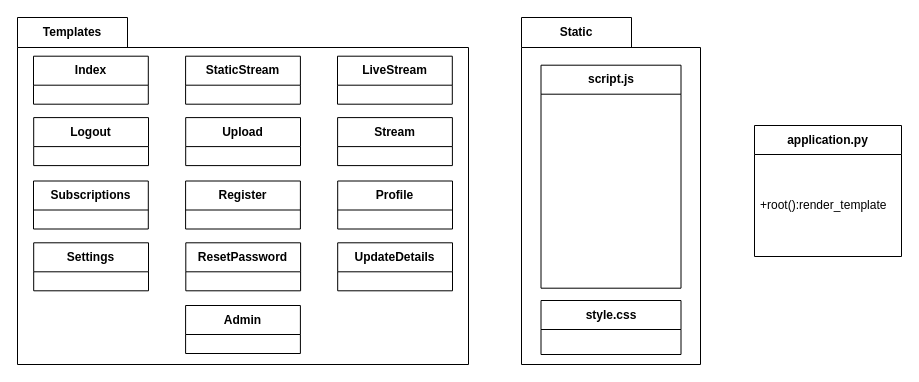
Earlier version of the draw.io diagram BoredCast_Class_Diagram.drawio (CorbinCoder/Diagrams). Source tidied: cells renumbered, new cells numbered last; positions are measured from the earlier drawing's top-left corner, leaving out a move shared by most shapes. Both pictures are drawn from the tidied source at 100%, with x=0, y=0 at pixel (17, 17).
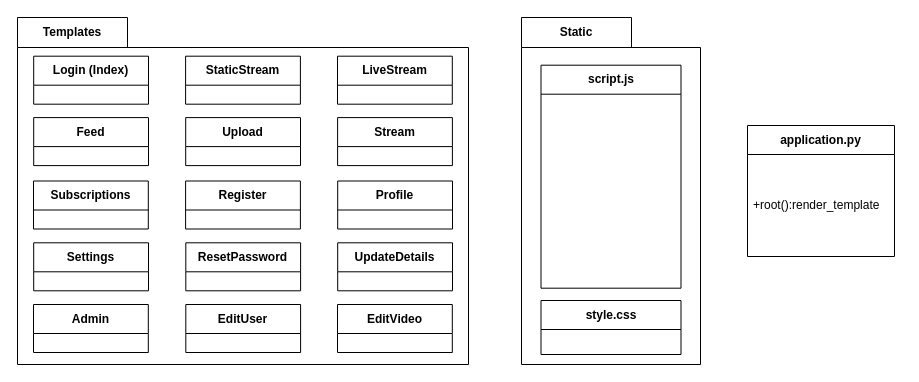
Above is the later version.

Unchanged cells that the change refers to:
```xml
<mxCell id="2" value="Templates" style="shape=folder;fontStyle=1;tabWidth=110;tabHeight=30;tabPosition=left;html=1;boundedLbl=1;labelInHeader=1;whiteSpace=wrap;" parent="1" vertex="1">
  <mxGeometry width="451" height="347" as="geometry" />
</mxCell>
```

What changed in the source:
```diff
@@
-    <mxCell id="4" value="Index" style="swimlane;fontStyle=1;align=center;verticalAlign=middle;horizontal=1;startSize=29;html=1;whiteSpace=wrap;" parent="2" vertex="1">
-      <mxGeometry x="16" y="38.7" width="114.8" height="48" as="geometry" />
-    </mxCell>
@@
-    <mxCell id="11" value="Logout" style="swimlane;fontStyle=1;align=center;verticalAlign=middle;horizontal=1;startSize=29;html=1;whiteSpace=wrap;" parent="2" vertex="1">
-      <mxGeometry x="16.2" y="100.1" width="114.8" height="48" as="geometry" />
+    <mxCell id="11" value="Login (Index)" style="swimlane;fontStyle=1;align=center;verticalAlign=middle;horizontal=1;startSize=29;html=1;whiteSpace=wrap;" parent="2" vertex="1">
+      <mxGeometry x="16.2" y="38.7" width="114.8" height="48" as="geometry" />
     </mxCell>
@@
     <mxCell id="16" value="Admin" style="swimlane;fontStyle=1;align=center;verticalAlign=middle;horizontal=1;startSize=29;html=1;whiteSpace=wrap;" parent="2" vertex="1">
-      <mxGeometry x="168.1" y="288" width="114.8" height="48" as="geometry" />
+      <mxGeometry x="16" y="287" width="114.8" height="48" as="geometry" />
     </mxCell>
+    <mxCell id="4" value="Feed" style="swimlane;fontStyle=1;align=center;verticalAlign=middle;horizontal=1;startSize=29;html=1;whiteSpace=wrap;" parent="2" vertex="1">
+      <mxGeometry x="16.2" y="100.1" width="114.8" height="48" as="geometry" />
+    </mxCell>
+    <mxCell id="23" value="EditUser" style="swimlane;fontStyle=1;align=center;verticalAlign=middle;horizontal=1;startSize=29;html=1;whiteSpace=wrap;" parent="2" vertex="1">
+      <mxGeometry x="168.3" y="287" width="114.8" height="48" as="geometry" />
+    </mxCell>
+    <mxCell id="24" value="EditVideo" style="swimlane;fontStyle=1;align=center;verticalAlign=middle;horizontal=1;startSize=29;html=1;whiteSpace=wrap;" parent="2" vertex="1">
+      <mxGeometry x="320" y="287" width="114.8" height="48" as="geometry" />
+    </mxCell>
     <mxCell id="17" value="&lt;div&gt;application.py&lt;/div&gt;" style="swimlane;fontStyle=1;align=center;verticalAlign=middle;horizontal=1;startSize=29;html=1;whiteSpace=wrap;" parent="1" vertex="1">
-      <mxGeometry x="737" y="108" width="147" height="131" as="geometry" />
+      <mxGeometry x="730" y="108" width="147" height="131" as="geometry" />
     </mxCell>
```
